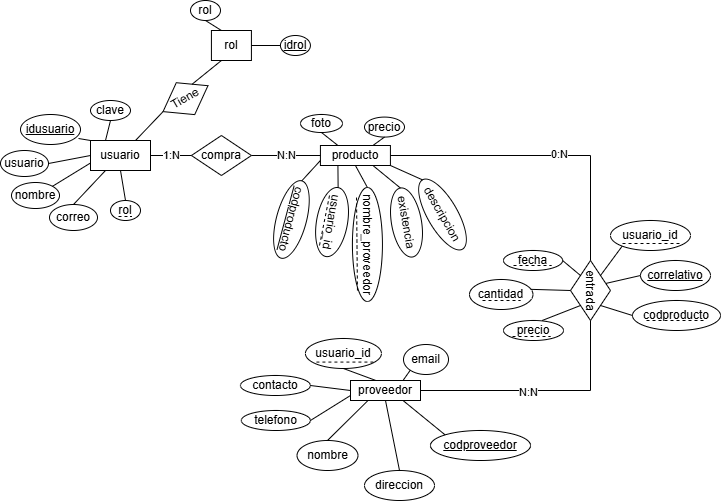
Before: documentacion/Diagrama MER.drawio.png, a diagram exported from draw.io (crisalixis/dietetica). Source tidied: cells renumbered, new cells last; positions are measured from the earlier drawing's top-left corner, leaving out a move shared by most shapes.
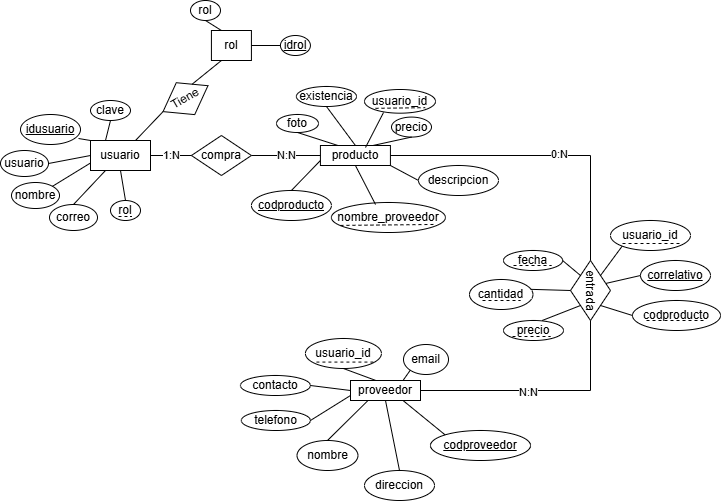
The same diagram one commit later.

The edit, as a diff of the source:
```diff
@@ -103,28 +103,28 @@
     <mxCell id="32" value="N:N" style="edgeLabel;html=1;align=center;verticalAlign=middle;" parent="31" vertex="1">
       <mxGeometry x="0.11" y="1" relative="1" as="geometry" />
     </mxCell>
-    <mxCell id="33" value="&lt;u&gt;codproducto&lt;/u&gt;" style="ellipse;whiteSpace=wrap;html=1;rotation=105;" parent="1" vertex="1">
-      <mxGeometry x="250.9" y="204" width="80" height="30" as="geometry" />
+    <mxCell id="33" value="&lt;u&gt;codproducto&lt;/u&gt;" style="ellipse;whiteSpace=wrap;html=1;rotation=0;" parent="1" vertex="1">
+      <mxGeometry x="250.9" y="190" width="80" height="30" as="geometry" />
     </mxCell>
-    <mxCell id="34" value="nombre_proveedor" style="ellipse;whiteSpace=wrap;html=1;rotation=90;" parent="1" vertex="1">
-      <mxGeometry x="309.9" y="229" width="114" height="30" as="geometry" />
+    <mxCell id="34" value="nombre_proveedor" style="ellipse;whiteSpace=wrap;html=1;rotation=0;" parent="1" vertex="1">
+      <mxGeometry x="330.9" y="202" width="114" height="30" as="geometry" />
     </mxCell>
     <mxCell id="35" value="foto" style="ellipse;whiteSpace=wrap;html=1;" parent="1" vertex="1">
-      <mxGeometry x="300" y="114" width="42" height="18" as="geometry" />
+      <mxGeometry x="276" y="114" width="42" height="18" as="geometry" />
     </mxCell>
-    <mxCell id="36" value="existencia" style="ellipse;whiteSpace=wrap;html=1;rotation=80;" parent="1" vertex="1">
-      <mxGeometry x="371" y="207" width="70" height="30" as="geometry" />
+    <mxCell id="36" value="existencia" style="ellipse;whiteSpace=wrap;html=1;rotation=0;" parent="1" vertex="1">
+      <mxGeometry x="295.9" y="86" width="60.1" height="20" as="geometry" />
     </mxCell>
-    <mxCell id="37" value="usuario_id" style="ellipse;whiteSpace=wrap;html=1;rotation=100;" parent="1" vertex="1">
-      <mxGeometry x="296.5" y="206.1" width="70" height="31" as="geometry" />
+    <mxCell id="37" value="usuario_id" style="ellipse;whiteSpace=wrap;html=1;rotation=0;" parent="1" vertex="1">
+      <mxGeometry x="364" y="89" width="71" height="23.7" as="geometry" />
     </mxCell>
     <mxCell id="38" value="precio" style="ellipse;whiteSpace=wrap;html=1;" parent="1" vertex="1">
-      <mxGeometry x="364" y="116.6" width="40" height="20" as="geometry" />
+      <mxGeometry x="391" y="116.6" width="40" height="20" as="geometry" />
     </mxCell>
-    <mxCell id="39" value="descripcion" style="ellipse;whiteSpace=wrap;html=1;rotation=60;" parent="1" vertex="1">
-      <mxGeometry x="402" y="199" width="80" height="30" as="geometry" />
+    <mxCell id="39" value="descripcion" style="ellipse;whiteSpace=wrap;html=1;rotation=0;" parent="1" vertex="1">
+      <mxGeometry x="418" y="165" width="80" height="30" as="geometry" />
     </mxCell>
-    <mxCell id="40" style="endArrow=none;html=1;rounded=0;entryX=0;entryY=0.75;entryDx=0;entryDy=0;exitX=0;exitY=0.5;exitDx=0;exitDy=0;" parent="1" edge="1" source="33" target="25">
+    <mxCell id="40" style="endArrow=none;html=1;rounded=0;entryX=0;entryY=0.75;entryDx=0;entryDy=0;exitX=0.5;exitY=0;exitDx=0;exitDy=0;" parent="1" edge="1" source="33" target="25">
       <mxGeometry relative="1" as="geometry" />
     </mxCell>
     <mxCell id="41" style="endArrow=none;dashed=1;html=1;rounded=0;" parent="1" edge="1">
@@ -133,24 +133,24 @@
         <mxPoint x="131" y="216" as="targetPoint" />
       </mxGeometry>
     </mxCell>
-    <mxCell id="42" style="endArrow=none;dashed=1;html=1;rounded=0;exitX=0.088;exitY=0.864;exitDx=0;exitDy=0;exitPerimeter=0;entryX=0.93;entryY=0.831;entryDx=0;entryDy=0;entryPerimeter=0;" parent="1" edge="1" source="34" target="34">
-      <mxGeometry relative="1" as="geometry" />
+    <mxCell id="42" style="endArrow=none;dashed=1;html=1;rounded=0;exitX=0.088;exitY=0.864;exitDx=0;exitDy=0;exitPerimeter=0;entryX=0.93;entryY=0.831;entryDx=0;entryDy=0;entryPerimeter=0;" parent="1" edge="1">
+      <mxGeometry relative="1" as="geometry">
+        <mxPoint x="340" y="224.9" as="sourcePoint" />
+        <mxPoint x="435.9" y="223.9" as="targetPoint" />
+      </mxGeometry>
     </mxCell>
-    <mxCell id="43" style="endArrow=none;dashed=1;html=1;rounded=0;" parent="1" edge="1">
+    <mxCell id="43" style="endArrow=none;dashed=1;html=1;rounded=0;entryX=1;entryY=1;entryDx=0;entryDy=0;" parent="1" edge="1">
       <mxGeometry relative="1" as="geometry">
-        <mxPoint x="329" y="195" as="sourcePoint" />
-        <mxPoint x="319" y="245" as="targetPoint" />
+        <mxPoint x="375" y="107.8" as="sourcePoint" />
+        <mxPoint x="424.7" y="107.2" as="targetPoint" />
       </mxGeometry>
     </mxCell>
-    <mxCell id="44" style="endArrow=none;html=1;rounded=0;entryX=0.25;entryY=1;entryDx=0;entryDy=0;exitX=0;exitY=0.5;exitDx=0;exitDy=0;" parent="1" edge="1" source="37" target="25">
+    <mxCell id="44" style="endArrow=none;html=1;rounded=0;entryX=0.644;entryY=0.1;entryDx=0;entryDy=0;exitX=0.268;exitY=0.972;exitDx=0;exitDy=0;exitPerimeter=0;entryPerimeter=0;" parent="1" edge="1" source="37" target="25">
       <mxGeometry relative="1" as="geometry" />
     </mxCell>
-    <mxCell id="45" style="endArrow=none;html=1;rounded=0;entryX=0.5;entryY=1;entryDx=0;entryDy=0;exitX=0;exitY=0.5;exitDx=0;exitDy=0;" parent="1" edge="1" source="34" target="25">
+    <mxCell id="45" style="endArrow=none;html=1;rounded=0;entryX=0.5;entryY=1;entryDx=0;entryDy=0;exitX=0.387;exitY=0.067;exitDx=0;exitDy=0;exitPerimeter=0;" parent="1" edge="1" source="34" target="25">
       <mxGeometry relative="1" as="geometry" />
     </mxCell>
-    <mxCell id="46" style="endArrow=none;html=1;rounded=0;entryX=0.75;entryY=1;entryDx=0;entryDy=0;exitX=0;exitY=0.5;exitDx=0;exitDy=0;" parent="1" edge="1" source="36" target="25">
-      <mxGeometry relative="1" as="geometry" />
-    </mxCell>
     <mxCell id="47" style="endArrow=none;html=1;rounded=0;entryX=1;entryY=1;entryDx=0;entryDy=0;exitX=0;exitY=0.5;exitDx=0;exitDy=0;" parent="1" edge="1" source="39" target="25">
       <mxGeometry relative="1" as="geometry" />
     </mxCell>
@@ -276,5 +276,8 @@
         <mxPoint x="550" y="336" as="targetPoint" />
       </mxGeometry>
     </mxCell>
+    <mxCell id="82" style="endArrow=none;html=1;rounded=0;exitX=0.5;exitY=0;exitDx=0;exitDy=0;entryX=0.5;entryY=1;entryDx=0;entryDy=0;" parent="1" edge="1" source="25" target="36">
+      <mxGeometry relative="1" as="geometry" />
+    </mxCell>
   </root>
 </mxGraphModel>
```
